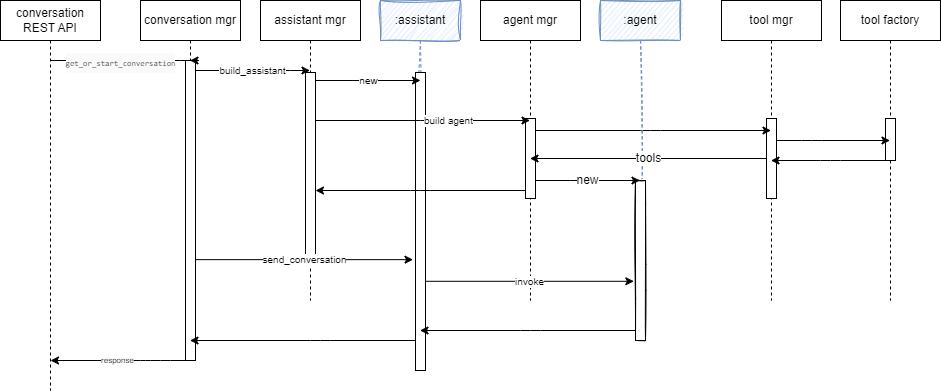
Above: docs/diagrams/design/conv_seq_flow.drawio.png in AthenaDecisionSystems/athena-owl-core (draw.io), before the change. Source tidied: cells renumbered, new cells last; positions are measured from the earlier drawing's top-left corner, leaving out a move shared by most shapes. Source of this version:
```xml
<mxGraphModel>
  <root>
    <mxCell id="0" />
    <mxCell id="1" parent="0" />
    <mxCell id="2" value="conversation mgr" style="shape=umlLifeline;perimeter=lifelinePerimeter;whiteSpace=wrap;html=1;outlineConnect=0;" parent="1" vertex="1">
      <mxGeometry x="140" width="100" height="360" as="geometry" />
    </mxCell>
    <mxCell id="3" style="html=1;points=[];perimeter=orthogonalPerimeter;fontSize=8;" parent="2" vertex="1">
      <mxGeometry x="45" y="60" width="10" height="300" as="geometry" />
    </mxCell>
    <mxCell id="4" value="assistant mgr" style="shape=umlLifeline;perimeter=lifelinePerimeter;whiteSpace=wrap;html=1;outlineConnect=0;" parent="1" vertex="1">
      <mxGeometry x="260" width="100" height="300" as="geometry" />
    </mxCell>
    <mxCell id="5" style="html=1;points=[];perimeter=orthogonalPerimeter;fontSize=8;" parent="4" vertex="1">
      <mxGeometry x="45" y="72" width="10" height="188" as="geometry" />
    </mxCell>
    <mxCell id="6" style="edgeStyle=none;html=1;fontSize=12;" parent="1" edge="1" source="8" target="2">
      <mxGeometry relative="1" as="geometry">
        <Array as="points">
          <mxPoint x="170" y="60" />
          <mxPoint x="200" y="60" />
        </Array>
      </mxGeometry>
    </mxCell>
    <mxCell id="7" value="&lt;div style=&quot;color: rgb(56, 58, 66); background-color: rgb(250, 250, 250); font-family: Consolas, &amp;quot;Courier New&amp;quot;, monospace; line-height: 19px;&quot;&gt;&lt;font style=&quot;font-size: 8px;&quot;&gt;get_or_start_conversation&lt;/font&gt;&lt;/div&gt;" style="edgeLabel;html=1;align=center;verticalAlign=middle;" parent="6" vertex="1">
      <mxGeometry x="-0.13" y="-1" relative="1" as="geometry" />
    </mxCell>
    <mxCell id="8" value="conversation REST API" style="shape=umlLifeline;perimeter=lifelinePerimeter;whiteSpace=wrap;html=1;outlineConnect=0;" parent="1" vertex="1">
      <mxGeometry width="100" height="390" as="geometry" />
    </mxCell>
    <mxCell id="9" value="response" style="edgeStyle=none;html=1;fontSize=8;" parent="1" edge="1" source="3">
      <mxGeometry relative="1" as="geometry">
        <mxPoint x="50" y="360" as="targetPoint" />
        <Array as="points">
          <mxPoint x="160" y="360" />
          <mxPoint x="140" y="360" />
        </Array>
      </mxGeometry>
    </mxCell>
    <mxCell id="10" value="build_assistant" style="edgeStyle=none;html=1;fontSize=10;" parent="1" edge="1" source="3" target="4">
      <mxGeometry relative="1" as="geometry">
        <Array as="points">
          <mxPoint x="290" y="70" />
        </Array>
      </mxGeometry>
    </mxCell>
    <mxCell id="11" style="edgeStyle=none;html=1;fontSize=10;" parent="1" edge="1" source="12" target="2">
      <mxGeometry relative="1" as="geometry">
        <Array as="points">
          <mxPoint x="320" y="340" />
        </Array>
      </mxGeometry>
    </mxCell>
    <mxCell id="12" value=":assistant" style="shape=umlLifeline;perimeter=lifelinePerimeter;whiteSpace=wrap;html=1;outlineConnect=0;sketch=1;curveFitting=1;jiggle=2;fillColor=#dae8fc;strokeColor=#6c8ebf;" parent="1" vertex="1">
      <mxGeometry x="380" width="80" height="370" as="geometry" />
    </mxCell>
    <mxCell id="13" style="html=1;points=[];perimeter=orthogonalPerimeter;fontSize=8;" parent="12" vertex="1">
      <mxGeometry x="35" y="72" width="10" height="298" as="geometry" />
    </mxCell>
    <mxCell id="14" value="new" style="edgeStyle=none;html=1;fontSize=10;" parent="1" edge="1" source="5" target="12">
      <mxGeometry relative="1" as="geometry">
        <Array as="points">
          <mxPoint x="420" y="80" />
        </Array>
      </mxGeometry>
    </mxCell>
    <mxCell id="15" value="agent mgr" style="shape=umlLifeline;perimeter=lifelinePerimeter;whiteSpace=wrap;html=1;outlineConnect=0;fontSize=12;" parent="1" vertex="1">
      <mxGeometry x="480" width="100" height="300" as="geometry" />
    </mxCell>
    <mxCell id="16" style="html=1;points=[];perimeter=orthogonalPerimeter;fontSize=8;" parent="15" vertex="1">
      <mxGeometry x="45" y="118" width="10" height="80" as="geometry" />
    </mxCell>
    <mxCell id="17" value="build agent" style="edgeStyle=none;html=1;fontSize=10;align=left;" parent="1" edge="1" source="5" target="15">
      <mxGeometry relative="1" as="geometry">
        <Array as="points">
          <mxPoint x="430" y="120" />
        </Array>
      </mxGeometry>
    </mxCell>
    <mxCell id="18" value="tool mgr" style="shape=umlLifeline;perimeter=lifelinePerimeter;whiteSpace=wrap;html=1;outlineConnect=0;fontSize=12;" parent="1" vertex="1">
      <mxGeometry x="721" width="100" height="300" as="geometry" />
    </mxCell>
    <mxCell id="19" style="html=1;points=[];perimeter=orthogonalPerimeter;fontSize=8;" parent="18" vertex="1">
      <mxGeometry x="45" y="118" width="10" height="80" as="geometry" />
    </mxCell>
    <mxCell id="20" value="tool factory" style="shape=umlLifeline;perimeter=lifelinePerimeter;whiteSpace=wrap;html=1;outlineConnect=0;fontSize=12;" parent="1" vertex="1">
      <mxGeometry x="840" width="100" height="300" as="geometry" />
    </mxCell>
    <mxCell id="21" style="html=1;points=[];perimeter=orthogonalPerimeter;fontSize=8;" parent="20" vertex="1">
      <mxGeometry x="45" y="118" width="10" height="42" as="geometry" />
    </mxCell>
    <mxCell id="22" style="edgeStyle=none;html=1;fontSize=8;" parent="1" edge="1" source="16" target="18">
      <mxGeometry relative="1" as="geometry">
        <Array as="points">
          <mxPoint x="650" y="130" />
        </Array>
      </mxGeometry>
    </mxCell>
    <mxCell id="23" style="edgeStyle=none;html=1;fontSize=8;" parent="1" edge="1" source="19" target="20">
      <mxGeometry relative="1" as="geometry">
        <Array as="points">
          <mxPoint x="811" y="140" />
        </Array>
      </mxGeometry>
    </mxCell>
    <mxCell id="24" value=":agent" style="shape=umlLifeline;perimeter=lifelinePerimeter;whiteSpace=wrap;html=1;outlineConnect=0;sketch=1;fontSize=12;fillColor=#dae8fc;strokeColor=#6c8ebf;" parent="1" vertex="1">
      <mxGeometry x="600" width="80" height="340" as="geometry" />
    </mxCell>
    <mxCell id="25" style="html=1;points=[];perimeter=orthogonalPerimeter;sketch=1;fontSize=12;" parent="24" vertex="1">
      <mxGeometry x="35" y="180" width="10" height="160" as="geometry" />
    </mxCell>
    <mxCell id="26" value="new" style="edgeStyle=none;html=1;fontSize=12;" parent="1" edge="1" source="16" target="24">
      <mxGeometry relative="1" as="geometry">
        <Array as="points">
          <mxPoint x="580" y="180" />
        </Array>
      </mxGeometry>
    </mxCell>
    <mxCell id="27" style="edgeStyle=none;html=1;fontSize=12;" parent="1" edge="1" source="21" target="18">
      <mxGeometry relative="1" as="geometry">
        <Array as="points">
          <mxPoint x="830" y="160" />
        </Array>
      </mxGeometry>
    </mxCell>
    <mxCell id="28" value="tools" style="edgeStyle=none;html=1;fontSize=12;" parent="1" edge="1" source="19" target="15">
      <mxGeometry relative="1" as="geometry" />
    </mxCell>
    <mxCell id="29" style="edgeStyle=none;html=1;fontSize=12;" parent="1" edge="1" source="16" target="5">
      <mxGeometry relative="1" as="geometry">
        <Array as="points">
          <mxPoint x="420" y="190" />
        </Array>
      </mxGeometry>
    </mxCell>
    <mxCell id="30" value="send_conversation" style="edgeStyle=none;html=1;entryX=-0.249;entryY=0.628;entryDx=0;entryDy=0;entryPerimeter=0;fontSize=10;" parent="1" edge="1" source="3" target="13">
      <mxGeometry relative="1" as="geometry" />
    </mxCell>
    <mxCell id="31" value="invoke" style="edgeStyle=none;html=1;entryX=-0.165;entryY=0.63;entryDx=0;entryDy=0;entryPerimeter=0;fontSize=10;" parent="1" edge="1" source="13" target="25">
      <mxGeometry relative="1" as="geometry" />
    </mxCell>
    <mxCell id="32" style="edgeStyle=none;html=1;fontSize=10;" parent="1" edge="1" source="25" target="12">
      <mxGeometry relative="1" as="geometry">
        <Array as="points">
          <mxPoint x="530" y="330" />
        </Array>
      </mxGeometry>
    </mxCell>
  </root>
</mxGraphModel>
```
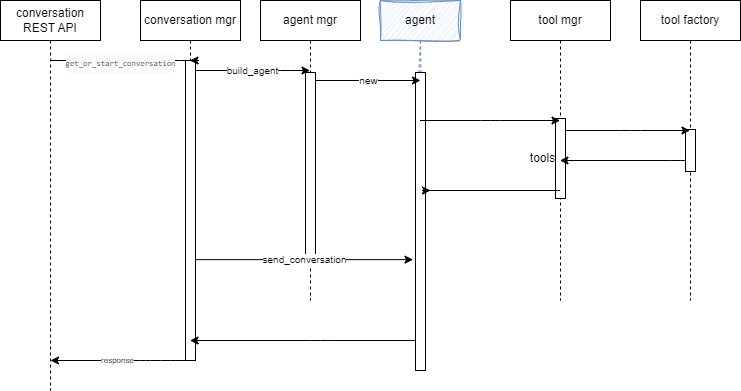
The same diagram one commit later.

What changed in the source:
```diff
@@ -8,7 +8,7 @@
     <mxCell id="3" style="html=1;points=[];perimeter=orthogonalPerimeter;fontSize=8;" parent="2" vertex="1">
       <mxGeometry x="45" y="60" width="10" height="300" as="geometry" />
     </mxCell>
-    <mxCell id="4" value="assistant mgr" style="shape=umlLifeline;perimeter=lifelinePerimeter;whiteSpace=wrap;html=1;outlineConnect=0;" parent="1" vertex="1">
+    <mxCell id="4" value="agent mgr" style="shape=umlLifeline;perimeter=lifelinePerimeter;whiteSpace=wrap;html=1;outlineConnect=0;" parent="1" vertex="1">
       <mxGeometry x="260" width="100" height="300" as="geometry" />
     </mxCell>
     <mxCell id="5" style="html=1;points=[];perimeter=orthogonalPerimeter;fontSize=8;" parent="4" vertex="1">
@@ -37,7 +37,7 @@
         </Array>
       </mxGeometry>
     </mxCell>
-    <mxCell id="10" value="build_assistant" style="edgeStyle=none;html=1;fontSize=10;" parent="1" edge="1" source="3" target="4">
+    <mxCell id="10" value="build_agent" style="edgeStyle=none;html=1;fontSize=10;" parent="1" edge="1" source="3" target="4">
       <mxGeometry relative="1" as="geometry">
         <Array as="points">
           <mxPoint x="290" y="70" />
@@ -51,7 +51,7 @@
         </Array>
       </mxGeometry>
     </mxCell>
-    <mxCell id="12" value=":assistant" style="shape=umlLifeline;perimeter=lifelinePerimeter;whiteSpace=wrap;html=1;outlineConnect=0;sketch=1;curveFitting=1;jiggle=2;fillColor=#dae8fc;strokeColor=#6c8ebf;" parent="1" vertex="1">
+    <mxCell id="12" value="agent" style="shape=umlLifeline;perimeter=lifelinePerimeter;whiteSpace=wrap;html=1;outlineConnect=0;sketch=1;curveFitting=1;jiggle=2;fillColor=#dae8fc;strokeColor=#6c8ebf;" parent="1" vertex="1">
       <mxGeometry x="380" width="80" height="370" as="geometry" />
     </mxCell>
     <mxCell id="13" style="html=1;points=[];perimeter=orthogonalPerimeter;fontSize=8;" parent="12" vertex="1">
@@ -64,70 +64,47 @@
         </Array>
       </mxGeometry>
     </mxCell>
-    <mxCell id="15" value="agent mgr" style="shape=umlLifeline;perimeter=lifelinePerimeter;whiteSpace=wrap;html=1;outlineConnect=0;fontSize=12;" parent="1" vertex="1">
-      <mxGeometry x="480" width="100" height="300" as="geometry" />
-    </mxCell>
-    <mxCell id="16" style="html=1;points=[];perimeter=orthogonalPerimeter;fontSize=8;" parent="15" vertex="1">
-      <mxGeometry x="45" y="118" width="10" height="80" as="geometry" />
-    </mxCell>
-    <mxCell id="17" value="build agent" style="edgeStyle=none;html=1;fontSize=10;align=left;" parent="1" edge="1" source="5" target="15">
-      <mxGeometry relative="1" as="geometry">
-        <Array as="points">
-          <mxPoint x="430" y="120" />
-        </Array>
-      </mxGeometry>
-    </mxCell>
     <mxCell id="18" value="tool mgr" style="shape=umlLifeline;perimeter=lifelinePerimeter;whiteSpace=wrap;html=1;outlineConnect=0;fontSize=12;" parent="1" vertex="1">
-      <mxGeometry x="721" width="100" height="300" as="geometry" />
+      <mxGeometry x="510" width="100" height="300" as="geometry" />
     </mxCell>
     <mxCell id="19" style="html=1;points=[];perimeter=orthogonalPerimeter;fontSize=8;" parent="18" vertex="1">
       <mxGeometry x="45" y="118" width="10" height="80" as="geometry" />
     </mxCell>
     <mxCell id="20" value="tool factory" style="shape=umlLifeline;perimeter=lifelinePerimeter;whiteSpace=wrap;html=1;outlineConnect=0;fontSize=12;" parent="1" vertex="1">
-      <mxGeometry x="840" width="100" height="300" as="geometry" />
+      <mxGeometry x="640" width="100" height="300" as="geometry" />
     </mxCell>
     <mxCell id="21" style="html=1;points=[];perimeter=orthogonalPerimeter;fontSize=8;" parent="20" vertex="1">
-      <mxGeometry x="45" y="118" width="10" height="42" as="geometry" />
+      <mxGeometry x="45" y="129" width="10" height="42" as="geometry" />
     </mxCell>
-    <mxCell id="22" style="edgeStyle=none;html=1;fontSize=8;" parent="1" edge="1" source="16" target="18">
+    <mxCell id="22" style="html=1;fontSize=8;" parent="1" edge="1" source="12" target="18">
       <mxGeometry relative="1" as="geometry">
         <Array as="points">
-          <mxPoint x="650" y="130" />
+          <mxPoint x="490" y="120" />
         </Array>
       </mxGeometry>
     </mxCell>
-    <mxCell id="23" style="edgeStyle=none;html=1;fontSize=8;" parent="1" edge="1" source="19" target="20">
+    <mxCell id="23" style="html=1;fontSize=8;" parent="1" edge="1" source="19" target="20">
       <mxGeometry relative="1" as="geometry">
         <Array as="points">
-          <mxPoint x="811" y="140" />
+          <mxPoint x="630" y="130" />
         </Array>
       </mxGeometry>
     </mxCell>
-    <mxCell id="24" value=":agent" style="shape=umlLifeline;perimeter=lifelinePerimeter;whiteSpace=wrap;html=1;outlineConnect=0;sketch=1;fontSize=12;fillColor=#dae8fc;strokeColor=#6c8ebf;" parent="1" vertex="1">
-      <mxGeometry x="600" width="80" height="340" as="geometry" />
-    </mxCell>
-    <mxCell id="25" style="html=1;points=[];perimeter=orthogonalPerimeter;sketch=1;fontSize=12;" parent="24" vertex="1">
-      <mxGeometry x="35" y="180" width="10" height="160" as="geometry" />
-    </mxCell>
-    <mxCell id="26" value="new" style="edgeStyle=none;html=1;fontSize=12;" parent="1" edge="1" source="16" target="24">
-      <mxGeometry relative="1" as="geometry">
-        <Array as="points">
-          <mxPoint x="580" y="180" />
-        </Array>
-      </mxGeometry>
-    </mxCell>
     <mxCell id="27" style="edgeStyle=none;html=1;fontSize=12;" parent="1" edge="1" source="21" target="18">
       <mxGeometry relative="1" as="geometry">
         <Array as="points">
-          <mxPoint x="830" y="160" />
+          <mxPoint x="680" y="160" />
         </Array>
       </mxGeometry>
     </mxCell>
-    <mxCell id="28" value="tools" style="edgeStyle=none;html=1;fontSize=12;" parent="1" edge="1" source="19" target="15">
-      <mxGeometry relative="1" as="geometry" />
+    <mxCell id="28" value="tools" style="edgeStyle=none;html=1;fontSize=12;" parent="1" edge="1" source="19">
+      <mxGeometry relative="1" as="geometry">
+        <mxPoint x="529.5" y="158" as="targetPoint" />
+      </mxGeometry>
     </mxCell>
-    <mxCell id="29" style="edgeStyle=none;html=1;fontSize=12;" parent="1" edge="1" source="16" target="5">
+    <mxCell id="29" style="edgeStyle=none;html=1;fontSize=12;" parent="1" edge="1" source="18">
       <mxGeometry relative="1" as="geometry">
+        <mxPoint x="430" y="190" as="targetPoint" />
         <Array as="points">
           <mxPoint x="420" y="190" />
         </Array>
@@ -136,15 +113,5 @@
     <mxCell id="30" value="send_conversation" style="edgeStyle=none;html=1;entryX=-0.249;entryY=0.628;entryDx=0;entryDy=0;entryPerimeter=0;fontSize=10;" parent="1" edge="1" source="3" target="13">
       <mxGeometry relative="1" as="geometry" />
     </mxCell>
-    <mxCell id="31" value="invoke" style="edgeStyle=none;html=1;entryX=-0.165;entryY=0.63;entryDx=0;entryDy=0;entryPerimeter=0;fontSize=10;" parent="1" edge="1" source="13" target="25">
-      <mxGeometry relative="1" as="geometry" />
-    </mxCell>
-    <mxCell id="32" style="edgeStyle=none;html=1;fontSize=10;" parent="1" edge="1" source="25" target="12">
-      <mxGeometry relative="1" as="geometry">
-        <Array as="points">
-          <mxPoint x="530" y="330" />
-        </Array>
-      </mxGeometry>
-    </mxCell>
   </root>
 </mxGraphModel>
```
